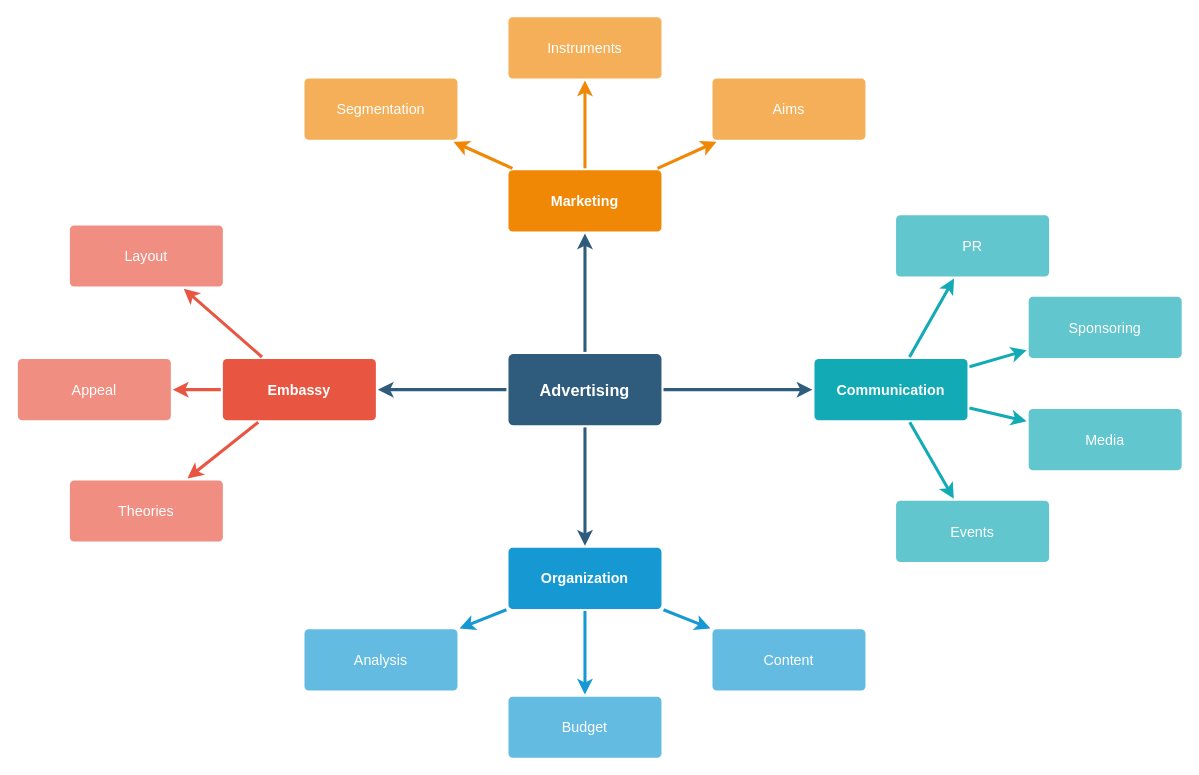
Before: Untitled Diagram.drawio in shevtsovsv/Tula_Shevtsov, a draw.io diagram. Source tidied: cells renumbered, new cells numbered last; positions are measured from the earlier drawing's top-left corner, leaving out a move shared by most shapes. Both pictures are drawn from the tidied source at 102%, with x=0, y=0 at pixel (17, 16).
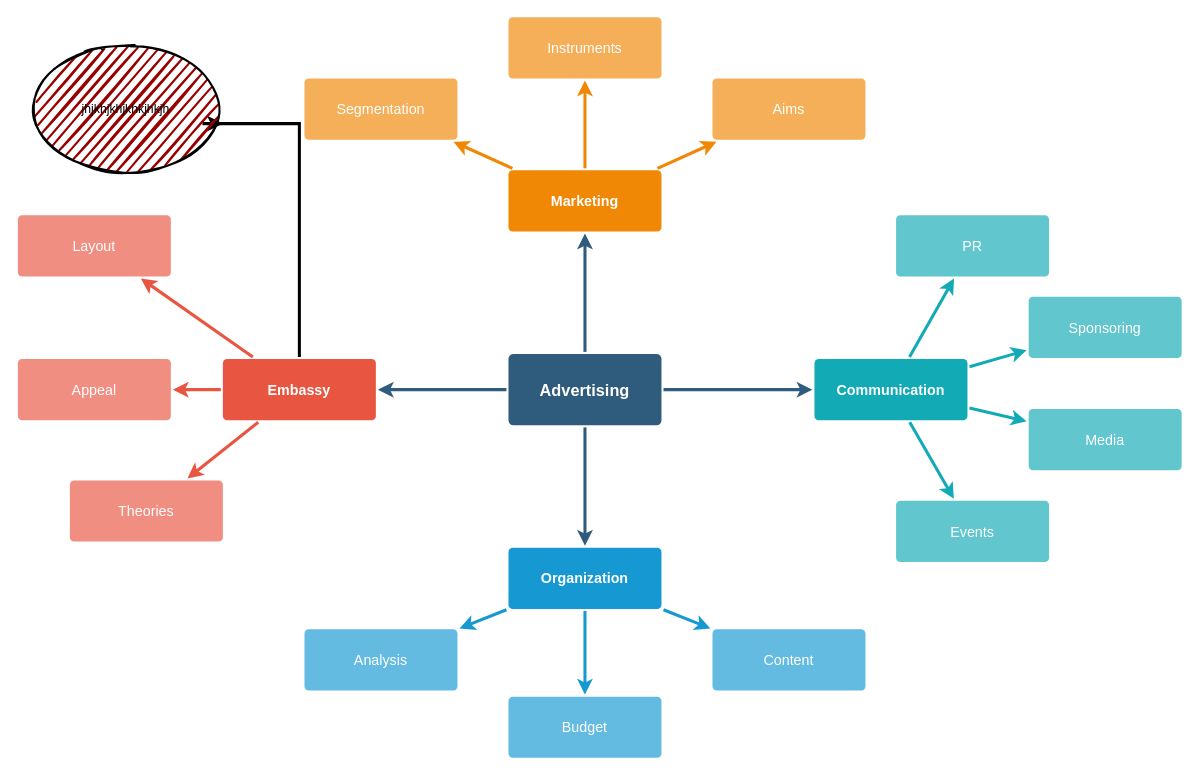
Above is the later version.

Unchanged cells that the change refers to:
```xml
<mxCell id="10" value="Embassy" style="rounded=1;whiteSpace=wrap;html=1;shadow=0;labelBackgroundColor=none;strokeColor=none;strokeWidth=3;fillColor=#e85642;fontFamily=Helvetica;fontSize=14;fontColor=#FFFFFF;align=center;spacing=5;fontStyle=1;arcSize=7;perimeterSpacing=2;" parent="1" vertex="1">
  <mxGeometry x="201" y="335.5" width="150" height="60" as="geometry" />
</mxCell>
```

Change to the diagram source:
```diff
@@
+    <mxCell id="37" style="edgeStyle=orthogonalEdgeStyle;rounded=0;jettySize=auto;html=1;exitX=0.5;exitY=0;exitDx=0;exitDy=0;entryX=1;entryY=0.618;entryDx=0;entryDy=0;entryPerimeter=0;fillColor=#f8cecc;strokeWidth=3;" parent="1" edge="1" source="10" target="38">
+      <mxGeometry relative="1" as="geometry" />
+    </mxCell>
@@
     <mxCell id="13" value="Layout" style="rounded=1;whiteSpace=wrap;html=1;shadow=0;labelBackgroundColor=none;strokeColor=none;strokeWidth=3;fillColor=#f08e81;fontFamily=Helvetica;fontSize=14;fontColor=#FFFFFF;align=center;spacing=5;fontStyle=0;arcSize=7;perimeterSpacing=2;" parent="1" vertex="1">
-      <mxGeometry x="51" y="204.5" width="150" height="60" as="geometry" />
+      <mxGeometry y="194.5" width="150" height="60" as="geometry" />
     </mxCell>
@@
+    <mxCell id="38" value="jhjkhjkhjkhkjhkjh" style="ellipse;whiteSpace=wrap;html=1;strokeWidth=2;fillWeight=2;hachureGap=8;fillColor=#990000;fillStyle=dots;sketch=1;" parent="1" vertex="1">
+      <mxGeometry x="11" y="30.5" width="190" height="120" as="geometry" />
+    </mxCell>
```
